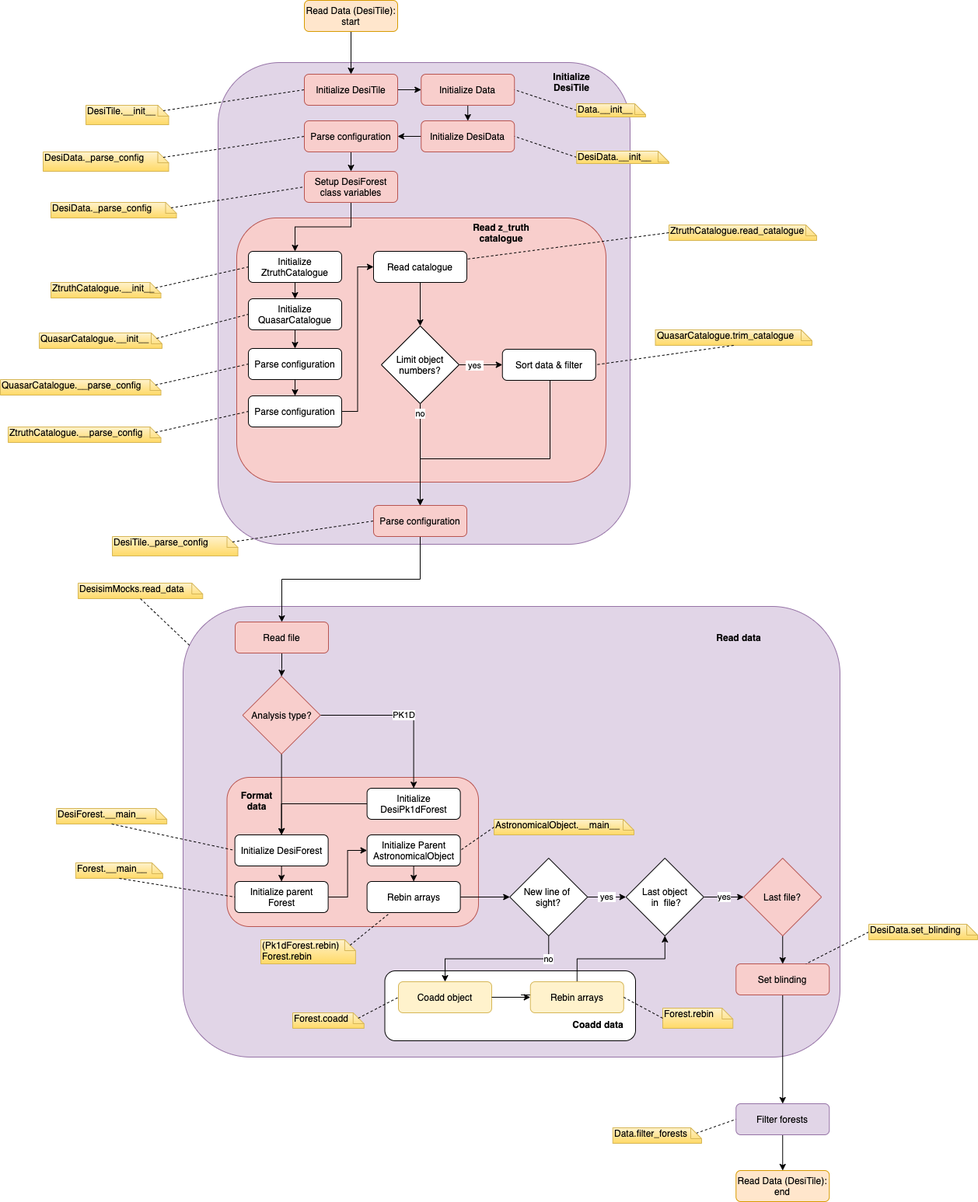
igmhub/picca keeps this draw.io diagram as py/picca/delta_extraction/docs/workflow/workflow-Read Data (DesiTile).png. Above is the earlier version. Source tidied: cells renumbered, new cells last; positions are measured from the earlier drawing's top-left corner, leaving out a move shared by most shapes.
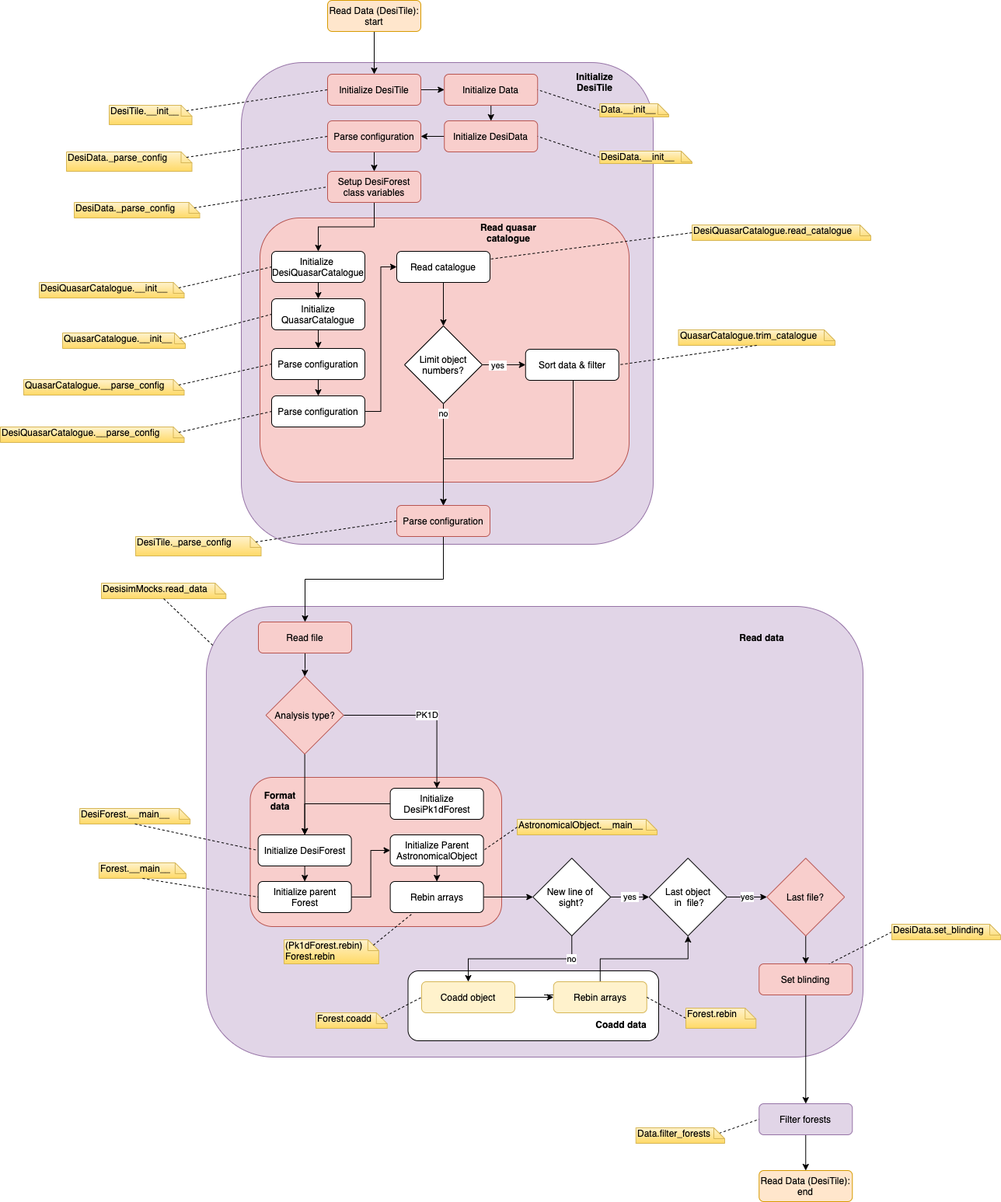
The same file after the commit.

Commit message:
ZtruthCatalogue renamed to DesiQuasarCatalogue

Change to the diagram source:
```diff
@@ -41,10 +41,10 @@
     <mxCell id="14" style="endArrow=none;dashed=1;endFill=0;endSize=12;html=1;exitX=0;exitY=0;exitDx=154.5;exitDy=7;exitPerimeter=0;entryX=0;entryY=0.5;entryDx=0;entryDy=0;" parent="1" edge="1" source="12" target="10">
       <mxGeometry relative="1" as="geometry" />
     </mxCell>
-    <mxCell id="15" value="ZtruthCatalogue.__init__" style="shape=note;whiteSpace=wrap;html=1;size=14;verticalAlign=top;align=left;spacingTop=-6;rounded=0;shadow=0;glass=0;comic=0;strokeColor=#d6b656;fillColor=#fff2cc;gradientColor=#ffd966;" parent="1" vertex="1">
-      <mxGeometry x="65" y="363" width="141.5" height="20" as="geometry" />
+    <mxCell id="15" value="DesiQuasarCatalogue.__init__" style="shape=note;whiteSpace=wrap;html=1;size=14;verticalAlign=top;align=left;spacingTop=-6;rounded=0;shadow=0;glass=0;comic=0;strokeColor=#d6b656;fillColor=#fff2cc;gradientColor=#ffd966;" parent="1" vertex="1">
+      <mxGeometry x="20" y="363" width="186.5" height="20" as="geometry" />
     </mxCell>
-    <mxCell id="16" style="endArrow=none;dashed=1;endFill=0;endSize=12;html=1;exitX=0;exitY=0;exitDx=134.5;exitDy=7;exitPerimeter=0;entryX=0;entryY=0.5;entryDx=0;entryDy=0;" parent="1" edge="1" source="15" target="19">
+    <mxCell id="16" style="endArrow=none;dashed=1;endFill=0;endSize=12;html=1;entryX=0;entryY=0.5;entryDx=0;entryDy=0;exitX=0;exitY=0;exitDx=179.5;exitDy=7;exitPerimeter=0;" parent="1" edge="1" source="15" target="19">
       <mxGeometry relative="1" as="geometry" />
     </mxCell>
     <mxCell id="17" style="edgeStyle=orthogonalEdgeStyle;rounded=0;jettySize=auto;html=1;exitX=0.5;exitY=1;exitDx=0;exitDy=0;entryX=0.5;entryY=0;entryDx=0;entryDy=0;startArrow=none;startFill=0;endArrow=classic;endFill=1;" parent="1" edge="1" source="81" target="22">
@@ -53,7 +53,7 @@
     <mxCell id="18" style="edgeStyle=orthogonalEdgeStyle;rounded=0;jettySize=auto;html=1;exitX=0.5;exitY=1;exitDx=0;exitDy=0;entryX=0.5;entryY=0;entryDx=0;entryDy=0;endArrow=classic;endFill=1;" parent="1" edge="1" source="19" target="81">
       <mxGeometry relative="1" as="geometry" />
     </mxCell>
-    <mxCell id="19" value="Initialize ZtruthCatalogue" style="rounded=1;whiteSpace=wrap;html=1;" parent="1" vertex="1">
+    <mxCell id="19" value="Initialize&amp;nbsp;&lt;br&gt;&lt;span style=&quot;text-align: left&quot;&gt;DesiQuasarCatalogue&lt;/span&gt;" style="rounded=1;whiteSpace=wrap;html=1;" parent="1" vertex="1">
       <mxGeometry x="319" y="323" width="120" height="40" as="geometry" />
     </mxCell>
     <mxCell id="20" style="edgeStyle=orthogonalEdgeStyle;rounded=0;jettySize=auto;html=1;exitX=1;exitY=0.5;exitDx=0;exitDy=0;entryX=0;entryY=0.5;entryDx=0;entryDy=0;startArrow=none;startFill=0;endArrow=classic;endFill=1;" parent="1" edge="1" source="82" target="24">
@@ -95,17 +95,14 @@
     <mxCell id="30" value="Sort data &amp;amp; filter" style="rounded=1;whiteSpace=wrap;html=1;" parent="1" vertex="1">
       <mxGeometry x="645.8" y="449" width="120" height="40" as="geometry" />
     </mxCell>
-    <mxCell id="31" value="&lt;b&gt;Read z_truth catalogue&lt;/b&gt;" style="text;html=1;align=center;verticalAlign=middle;whiteSpace=wrap;rounded=0;" parent="1" vertex="1">
-      <mxGeometry x="602.5" y="289" width="82.5" height="20" as="geometry" />
-    </mxCell>
     <mxCell id="32" value="QuasarCatalogue.__parse_config" style="shape=note;whiteSpace=wrap;html=1;size=14;verticalAlign=top;align=left;spacingTop=-6;rounded=0;shadow=0;glass=0;comic=0;strokeColor=#d6b656;fillColor=#fff2cc;gradientColor=#ffd966;" parent="1" vertex="1">
       <mxGeometry y="488" width="206.5" height="20" as="geometry" />
     </mxCell>
     <mxCell id="33" style="endArrow=none;dashed=1;endFill=0;endSize=12;html=1;entryX=0;entryY=0.5;entryDx=0;entryDy=0;exitX=0;exitY=0;exitDx=199.5;exitDy=7;exitPerimeter=0;" parent="1" edge="1" source="32" target="22">
       <mxGeometry relative="1" as="geometry" />
     </mxCell>
-    <mxCell id="34" value="ZtruthCatalogue.read_catalogue" style="shape=note;whiteSpace=wrap;html=1;size=14;verticalAlign=top;align=left;spacingTop=-6;rounded=0;shadow=0;glass=0;comic=0;strokeColor=#d6b656;fillColor=#fff2cc;gradientColor=#ffd966;" parent="1" vertex="1">
-      <mxGeometry x="860" y="289" width="190" height="20" as="geometry" />
+    <mxCell id="34" value="DesiQuasarCatalogue.read_catalogue" style="shape=note;whiteSpace=wrap;html=1;size=14;verticalAlign=top;align=left;spacingTop=-6;rounded=0;shadow=0;glass=0;comic=0;strokeColor=#d6b656;fillColor=#fff2cc;gradientColor=#ffd966;" parent="1" vertex="1">
+      <mxGeometry x="860" y="289" width="230" height="20" as="geometry" />
     </mxCell>
     <mxCell id="35" style="endArrow=none;dashed=1;endFill=0;endSize=12;html=1;exitX=0;exitY=0.5;exitDx=0;exitDy=0;exitPerimeter=0;entryX=1;entryY=0.25;entryDx=0;entryDy=0;" parent="1" edge="1" source="34" target="24">
       <mxGeometry relative="1" as="geometry" />
@@ -258,10 +255,10 @@
     <mxCell id="82" value="Parse configuration" style="rounded=1;whiteSpace=wrap;html=1;" parent="1" vertex="1">
       <mxGeometry x="319" y="509" width="120" height="40" as="geometry" />
     </mxCell>
-    <mxCell id="83" value="ZtruthCatalogue.__parse_config" style="shape=note;whiteSpace=wrap;html=1;size=14;verticalAlign=top;align=left;spacingTop=-6;rounded=0;shadow=0;glass=0;comic=0;strokeColor=#d6b656;fillColor=#fff2cc;gradientColor=#ffd966;" parent="1" vertex="1">
-      <mxGeometry x="10" y="549" width="196.5" height="20" as="geometry" />
+    <mxCell id="83" value="DesiQuasarCatalogue.__parse_config" style="shape=note;whiteSpace=wrap;html=1;size=14;verticalAlign=top;align=left;spacingTop=-6;rounded=0;shadow=0;glass=0;comic=0;strokeColor=#d6b656;fillColor=#fff2cc;gradientColor=#ffd966;" parent="1" vertex="1">
+      <mxGeometry x="-30" y="549" width="236.5" height="20" as="geometry" />
     </mxCell>
-    <mxCell id="84" style="endArrow=none;dashed=1;endFill=0;endSize=12;html=1;entryX=0;entryY=0.5;entryDx=0;entryDy=0;exitX=0;exitY=0;exitDx=189.5;exitDy=7;exitPerimeter=0;" parent="1" edge="1" source="83" target="82">
+    <mxCell id="84" style="endArrow=none;dashed=1;endFill=0;endSize=12;html=1;entryX=0;entryY=0.5;entryDx=0;entryDy=0;exitX=0;exitY=0;exitDx=229.5;exitDy=7;exitPerimeter=0;" parent="1" edge="1" source="83" target="82">
       <mxGeometry relative="1" as="geometry" />
     </mxCell>
     <mxCell id="85" value="QuasarCatalogue.__init__" style="shape=note;whiteSpace=wrap;html=1;size=14;verticalAlign=top;align=left;spacingTop=-6;rounded=0;shadow=0;glass=0;comic=0;strokeColor=#d6b656;fillColor=#fff2cc;gradientColor=#ffd966;" parent="1" vertex="1">
@@ -362,5 +359,8 @@
     <mxCell id="116" value="Data.filter_forests" style="shape=note;whiteSpace=wrap;html=1;size=14;verticalAlign=top;align=left;spacingTop=-6;rounded=0;shadow=0;glass=0;comic=0;strokeColor=#d6b656;fillColor=#fff2cc;gradientColor=#ffd966;" parent="1" vertex="1">
       <mxGeometry x="787.8" y="1451" width="114.2" height="20" as="geometry" />
     </mxCell>
+    <mxCell id="117" value="&lt;b&gt;Read quasar catalogue&lt;/b&gt;" style="text;html=1;align=center;verticalAlign=middle;whiteSpace=wrap;rounded=0;" parent="1" vertex="1">
+      <mxGeometry x="560" y="289" width="127.5" height="20" as="geometry" />
+    </mxCell>
   </root>
 </mxGraphModel>
```
